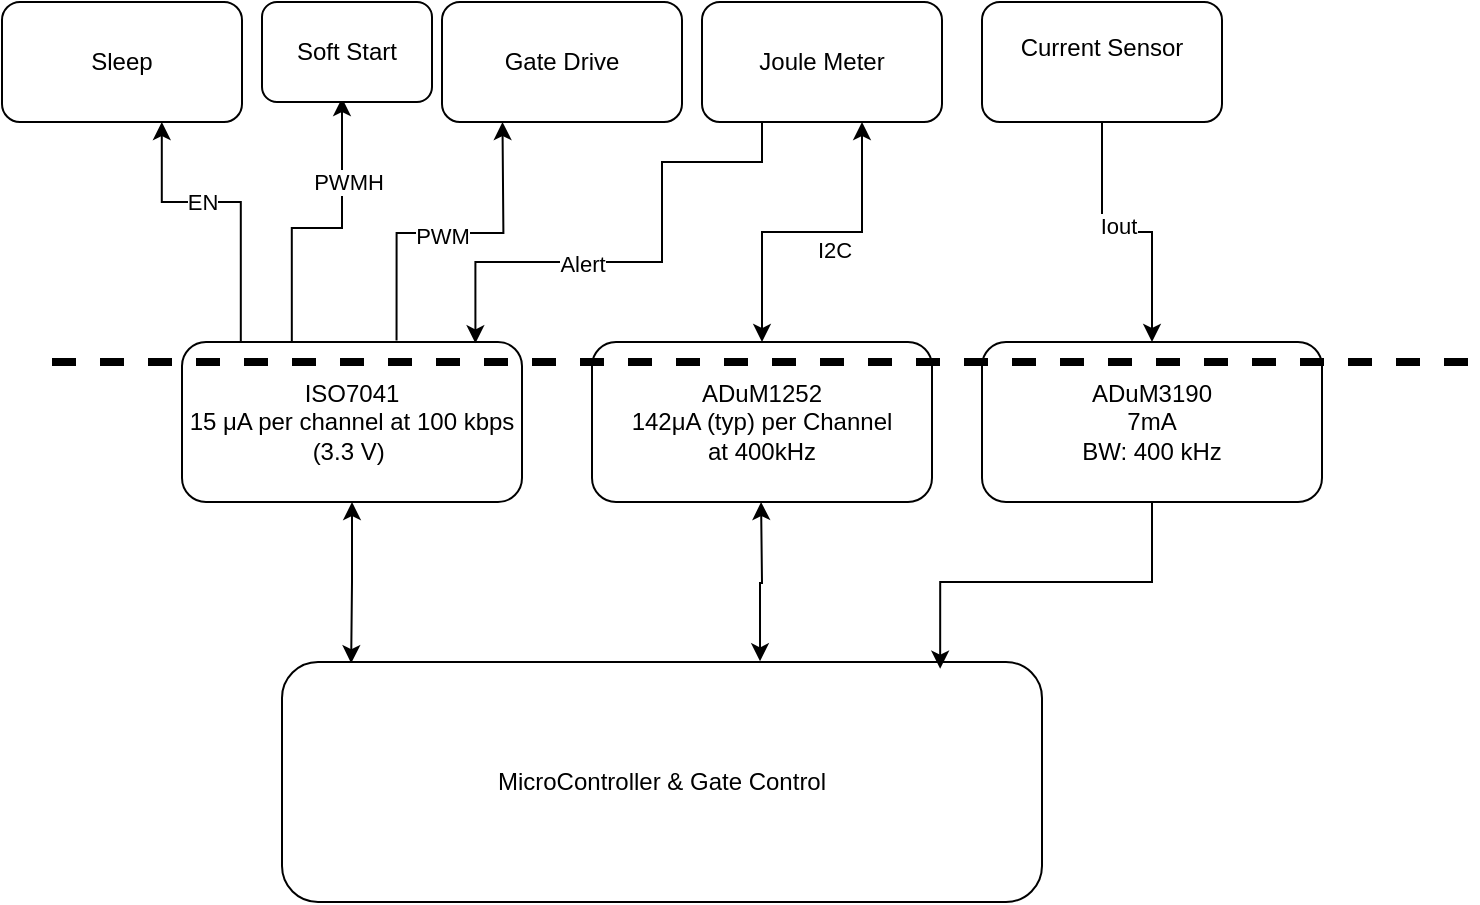
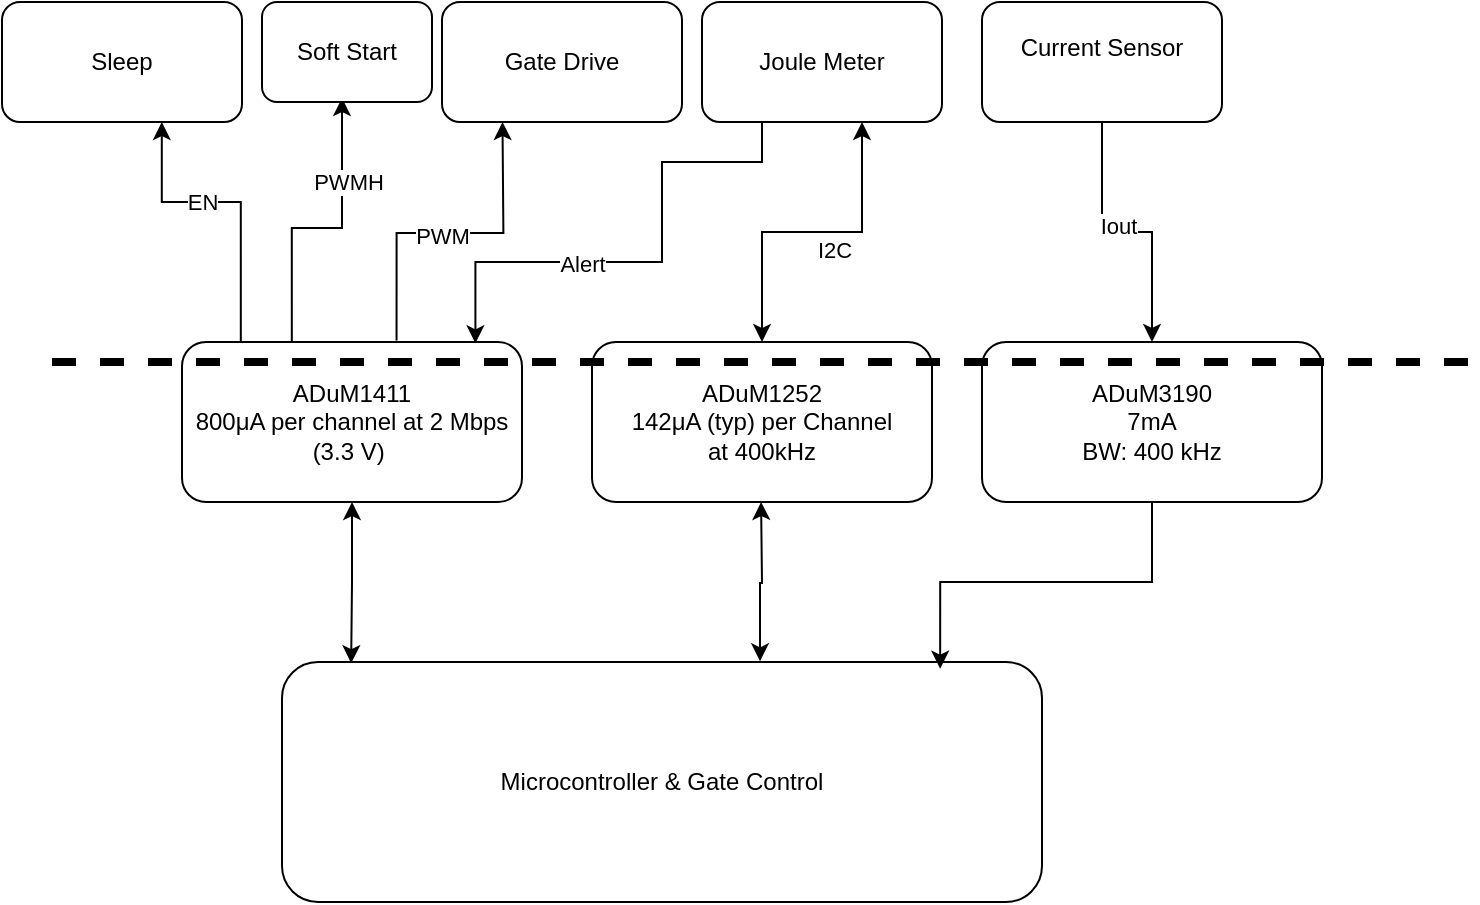
<mxfile host="Electron" agent="Mozilla/5.0 (Windows NT 10.0; Win64; x64) AppleWebKit/537.36 (KHTML, like Gecko) draw.io/29.0.3 Chrome/140.0.7339.249 Electron/38.7.0 Safari/537.36" version="29.0.3">
  <diagram name="Page-1" id="d5h94j7oxQUs26A81DKD">
-     <mxGraphModel dx="983" dy="609" grid="1" gridSize="10" guides="1" tooltips="1" connect="1" arrows="1" fold="1" page="1" pageScale="1" pageWidth="827" pageHeight="1169" math="0" shadow="0">
+     <mxGraphModel dx="1426" dy="883" grid="1" gridSize="10" guides="1" tooltips="1" connect="1" arrows="1" fold="1" page="1" pageScale="1" pageWidth="827" pageHeight="1169" math="0" shadow="0">
      <root>
        <mxCell id="0" />
        <mxCell id="1" parent="0" />
        <mxCell id="Bap70pfjqkTkLz9fhn7Z-5" style="edgeStyle=orthogonalEdgeStyle;rounded=0;orthogonalLoop=1;jettySize=auto;html=1;startArrow=classic;startFill=1;endArrow=none;endFill=0;entryX=0.323;entryY=0.025;entryDx=0;entryDy=0;entryPerimeter=0;" parent="1" edge="1">
          <mxGeometry relative="1" as="geometry">
            <mxPoint x="154.90999999999997" y="280" as="targetPoint" />
            <mxPoint x="180" y="158" as="sourcePoint" />
            <Array as="points">
              <mxPoint x="180" y="223" />
              <mxPoint x="155" y="223" />
            </Array>
          </mxGeometry>
        </mxCell>
        <mxCell id="Bap70pfjqkTkLz9fhn7Z-7" value="PWMH" style="edgeLabel;html=1;align=center;verticalAlign=middle;resizable=0;points=[];" parent="Bap70pfjqkTkLz9fhn7Z-5" vertex="1" connectable="0">
          <mxGeometry x="0.1031" y="1" relative="1" as="geometry">
            <mxPoint x="19" y="-24" as="offset" />
          </mxGeometry>
        </mxCell>
        <mxCell id="Bap70pfjqkTkLz9fhn7Z-1" value="Gate Drive" style="rounded=1;whiteSpace=wrap;html=1;" parent="1" vertex="1">
          <mxGeometry x="230" y="110" width="120" height="60" as="geometry" />
        </mxCell>
        <mxCell id="Bap70pfjqkTkLz9fhn7Z-2" value="Joule Meter" style="rounded=1;whiteSpace=wrap;html=1;" parent="1" vertex="1">
          <mxGeometry x="360" y="110" width="120" height="60" as="geometry" />
        </mxCell>
        <mxCell id="Bap70pfjqkTkLz9fhn7Z-14" style="edgeStyle=orthogonalEdgeStyle;rounded=0;orthogonalLoop=1;jettySize=auto;html=1;entryX=0.5;entryY=0;entryDx=0;entryDy=0;" parent="1" source="Bap70pfjqkTkLz9fhn7Z-3" target="Bap70pfjqkTkLz9fhn7Z-26" edge="1">
          <mxGeometry relative="1" as="geometry">
            <mxPoint x="560" y="240" as="targetPoint" />
          </mxGeometry>
        </mxCell>
        <mxCell id="Bap70pfjqkTkLz9fhn7Z-15" value="Iout" style="edgeLabel;html=1;align=center;verticalAlign=middle;resizable=0;points=[];" parent="Bap70pfjqkTkLz9fhn7Z-14" vertex="1" connectable="0">
          <mxGeometry x="-0.0256" y="3" relative="1" as="geometry">
            <mxPoint x="-3" as="offset" />
          </mxGeometry>
        </mxCell>
        <mxCell id="Bap70pfjqkTkLz9fhn7Z-3" value="Current Sensor&lt;div&gt;&lt;br&gt;&lt;/div&gt;" style="rounded=1;whiteSpace=wrap;html=1;" parent="1" vertex="1">
          <mxGeometry x="500" y="110" width="120" height="60" as="geometry" />
        </mxCell>
        <mxCell id="Bap70pfjqkTkLz9fhn7Z-6" style="edgeStyle=orthogonalEdgeStyle;rounded=0;orthogonalLoop=1;jettySize=auto;html=1;exitX=0.25;exitY=1;exitDx=0;exitDy=0;startArrow=classic;startFill=1;endArrow=none;endFill=0;entryX=0.631;entryY=-0.009;entryDx=0;entryDy=0;entryPerimeter=0;" parent="1" target="Bap70pfjqkTkLz9fhn7Z-16" edge="1">
          <mxGeometry relative="1" as="geometry">
            <mxPoint x="260" y="240" as="targetPoint" />
            <mxPoint x="260.2413793103449" y="170" as="sourcePoint" />
          </mxGeometry>
        </mxCell>
        <mxCell id="Bap70pfjqkTkLz9fhn7Z-8" value="PWM" style="edgeLabel;html=1;align=center;verticalAlign=middle;resizable=0;points=[];" parent="Bap70pfjqkTkLz9fhn7Z-6" vertex="1" connectable="0">
          <mxGeometry x="-0.1386" y="-1" relative="1" as="geometry">
            <mxPoint x="-16" y="2" as="offset" />
          </mxGeometry>
        </mxCell>
        <mxCell id="Bap70pfjqkTkLz9fhn7Z-9" style="edgeStyle=orthogonalEdgeStyle;rounded=0;orthogonalLoop=1;jettySize=auto;html=1;startArrow=classic;startFill=1;endArrow=classic;endFill=1;entryX=0.5;entryY=0;entryDx=0;entryDy=0;" parent="1" target="Bap70pfjqkTkLz9fhn7Z-19" edge="1">
          <mxGeometry relative="1" as="geometry">
            <mxPoint x="389.65999999999997" y="240" as="targetPoint" />
            <mxPoint x="440" y="170" as="sourcePoint" />
            <Array as="points">
              <mxPoint x="440" y="225" />
              <mxPoint x="390" y="225" />
            </Array>
          </mxGeometry>
        </mxCell>
        <mxCell id="Bap70pfjqkTkLz9fhn7Z-10" value="I2C" style="edgeLabel;html=1;align=center;verticalAlign=middle;resizable=0;points=[];" parent="Bap70pfjqkTkLz9fhn7Z-9" vertex="1" connectable="0">
          <mxGeometry x="-0.1386" y="-1" relative="1" as="geometry">
            <mxPoint y="10" as="offset" />
          </mxGeometry>
        </mxCell>
        <mxCell id="Bap70pfjqkTkLz9fhn7Z-11" value="Sleep" style="rounded=1;whiteSpace=wrap;html=1;" parent="1" vertex="1">
          <mxGeometry x="10" y="110" width="120" height="60" as="geometry" />
        </mxCell>
        <mxCell id="Bap70pfjqkTkLz9fhn7Z-12" style="edgeStyle=orthogonalEdgeStyle;rounded=0;orthogonalLoop=1;jettySize=auto;html=1;exitX=0.25;exitY=1;exitDx=0;exitDy=0;startArrow=classic;startFill=1;endArrow=none;endFill=0;entryX=0.173;entryY=0;entryDx=0;entryDy=0;entryPerimeter=0;" parent="1" target="Bap70pfjqkTkLz9fhn7Z-16" edge="1">
          <mxGeometry relative="1" as="geometry">
            <mxPoint x="89.66" y="240" as="targetPoint" />
            <mxPoint x="89.90137931034488" y="170" as="sourcePoint" />
            <Array as="points">
              <mxPoint x="90" y="210" />
              <mxPoint x="129" y="210" />
            </Array>
          </mxGeometry>
        </mxCell>
        <mxCell id="Bap70pfjqkTkLz9fhn7Z-13" value="&lt;span style=&quot;background-color: light-dark(#ffffff, var(--ge-dark-color, #121212)); color: light-dark(rgb(0, 0, 0), rgb(255, 255, 255));&quot;&gt;EN&lt;/span&gt;" style="edgeLabel;html=1;align=center;verticalAlign=middle;resizable=0;points=[];" parent="Bap70pfjqkTkLz9fhn7Z-12" vertex="1" connectable="0">
          <mxGeometry x="-0.1386" y="-1" relative="1" as="geometry">
            <mxPoint x="-5" y="-1" as="offset" />
          </mxGeometry>
        </mxCell>
        <mxCell id="Bap70pfjqkTkLz9fhn7Z-23" style="edgeStyle=orthogonalEdgeStyle;rounded=0;orthogonalLoop=1;jettySize=auto;html=1;exitX=0.5;exitY=1;exitDx=0;exitDy=0;startArrow=classic;startFill=1;entryX=0.091;entryY=0.005;entryDx=0;entryDy=0;entryPerimeter=0;" parent="1" source="Bap70pfjqkTkLz9fhn7Z-16" target="Bap70pfjqkTkLz9fhn7Z-24" edge="1">
          <mxGeometry relative="1" as="geometry">
            <mxPoint x="185" y="440" as="targetPoint" />
          </mxGeometry>
        </mxCell>
-         <mxCell id="Bap70pfjqkTkLz9fhn7Z-16" value="ISO7041&lt;div&gt;15 μA per channel at 100 kbps (3.3 V)&amp;nbsp;&lt;/div&gt;" style="rounded=1;whiteSpace=wrap;html=1;" parent="1" vertex="1">
+         <mxCell id="Bap70pfjqkTkLz9fhn7Z-16" value="ADuM1411&lt;br&gt;&lt;div&gt;800&lt;span style=&quot;background-color: transparent; color: light-dark(rgb(0, 0, 0), rgb(255, 255, 255));&quot;&gt;μ&lt;/span&gt;&lt;span style=&quot;background-color: transparent; color: light-dark(rgb(0, 0, 0), rgb(255, 255, 255));&quot;&gt;A per channel at 2 Mbps (3.3 V)&amp;nbsp;&lt;/span&gt;&lt;/div&gt;" style="rounded=1;whiteSpace=wrap;html=1;" parent="1" vertex="1">
          <mxGeometry x="100" y="280" width="170" height="80" as="geometry" />
        </mxCell>
        <mxCell id="Bap70pfjqkTkLz9fhn7Z-17" style="edgeStyle=orthogonalEdgeStyle;rounded=0;orthogonalLoop=1;jettySize=auto;html=1;exitX=0.25;exitY=1;exitDx=0;exitDy=0;entryX=0.863;entryY=0.008;entryDx=0;entryDy=0;entryPerimeter=0;" parent="1" source="Bap70pfjqkTkLz9fhn7Z-2" target="Bap70pfjqkTkLz9fhn7Z-16" edge="1">
          <mxGeometry relative="1" as="geometry">
            <Array as="points">
              <mxPoint x="390" y="190" />
              <mxPoint x="340" y="190" />
              <mxPoint x="340" y="240" />
              <mxPoint x="247" y="240" />
            </Array>
          </mxGeometry>
        </mxCell>
        <mxCell id="Bap70pfjqkTkLz9fhn7Z-18" value="Alert" style="edgeLabel;html=1;align=center;verticalAlign=middle;resizable=0;points=[];" parent="Bap70pfjqkTkLz9fhn7Z-17" vertex="1" connectable="0">
          <mxGeometry x="-0.0888" y="3" relative="1" as="geometry">
            <mxPoint x="-43" y="5" as="offset" />
          </mxGeometry>
        </mxCell>
        <mxCell id="Bap70pfjqkTkLz9fhn7Z-19" value="&lt;span style=&quot;color: rgba(0, 0, 0, 0); font-family: monospace; font-size: 0px; text-align: start; text-wrap-mode: nowrap;&quot;&gt;ADuM1252ss&lt;/span&gt;" style="rounded=1;whiteSpace=wrap;html=1;" parent="1" vertex="1">
          <mxGeometry x="305" y="280" width="170" height="80" as="geometry" />
        </mxCell>
        <mxCell id="Bap70pfjqkTkLz9fhn7Z-22" value="ADuM1252&lt;br&gt;142μA (typ) per Channel at 400kHz" style="text;html=1;whiteSpace=wrap;strokeColor=none;fillColor=none;align=center;verticalAlign=middle;rounded=0;" parent="1" vertex="1">
          <mxGeometry x="320" y="295" width="140" height="50" as="geometry" />
        </mxCell>
-         <mxCell id="Bap70pfjqkTkLz9fhn7Z-24" value="MicroController &amp;amp; Gate Control" style="rounded=1;whiteSpace=wrap;html=1;" parent="1" vertex="1">
+         <mxCell id="Bap70pfjqkTkLz9fhn7Z-24" value="Microcontroller &amp;amp; Gate Control" style="rounded=1;whiteSpace=wrap;html=1;" parent="1" vertex="1">
          <mxGeometry x="150" y="440" width="380" height="120" as="geometry" />
        </mxCell>
        <mxCell id="Bap70pfjqkTkLz9fhn7Z-25" style="edgeStyle=orthogonalEdgeStyle;rounded=0;orthogonalLoop=1;jettySize=auto;html=1;exitX=0.5;exitY=1;exitDx=0;exitDy=0;entryX=0.629;entryY=-0.003;entryDx=0;entryDy=0;entryPerimeter=0;startArrow=classic;startFill=1;" parent="1" target="Bap70pfjqkTkLz9fhn7Z-24" edge="1">
          <mxGeometry relative="1" as="geometry">
            <mxPoint x="389.54" y="360" as="sourcePoint" />
            <mxPoint x="390.46" y="440.6" as="targetPoint" />
          </mxGeometry>
        </mxCell>
        <mxCell id="Bap70pfjqkTkLz9fhn7Z-26" value="&lt;span style=&quot;color: rgba(0, 0, 0, 0); font-family: monospace; font-size: 0px; text-align: start; text-wrap-mode: nowrap;&quot;&gt;ADuM1252ss&lt;/span&gt;" style="rounded=1;whiteSpace=wrap;html=1;" parent="1" vertex="1">
          <mxGeometry x="500" y="280" width="170" height="80" as="geometry" />
        </mxCell>
        <mxCell id="Bap70pfjqkTkLz9fhn7Z-27" value="ADuM3190&lt;br&gt;7mA&lt;div&gt;BW: 400 kHz&lt;/div&gt;" style="text;html=1;whiteSpace=wrap;strokeColor=none;fillColor=none;align=center;verticalAlign=middle;rounded=0;" parent="1" vertex="1">
          <mxGeometry x="515" y="295" width="140" height="50" as="geometry" />
        </mxCell>
        <mxCell id="Bap70pfjqkTkLz9fhn7Z-30" style="edgeStyle=orthogonalEdgeStyle;rounded=0;orthogonalLoop=1;jettySize=auto;html=1;exitX=0.5;exitY=1;exitDx=0;exitDy=0;entryX=0.866;entryY=0.028;entryDx=0;entryDy=0;entryPerimeter=0;" parent="1" source="Bap70pfjqkTkLz9fhn7Z-26" target="Bap70pfjqkTkLz9fhn7Z-24" edge="1">
          <mxGeometry relative="1" as="geometry" />
        </mxCell>
        <mxCell id="Bap70pfjqkTkLz9fhn7Z-31" value="" style="endArrow=none;dashed=1;html=1;rounded=0;strokeWidth=4;" parent="1" edge="1">
          <mxGeometry width="50" height="50" relative="1" as="geometry">
            <mxPoint x="35" y="290" as="sourcePoint" />
            <mxPoint x="745" y="290" as="targetPoint" />
          </mxGeometry>
        </mxCell>
-         <mxCell id="twjZ6GX2Ig3jUD68tSdU-2" value="Soft Start" style="rounded=1;whiteSpace=wrap;html=1;" vertex="1" parent="1">
+         <mxCell id="twjZ6GX2Ig3jUD68tSdU-2" value="Soft Start" style="rounded=1;whiteSpace=wrap;html=1;" parent="1" vertex="1">
          <mxGeometry x="140" y="110" width="85" height="50" as="geometry" />
        </mxCell>
      </root>
    </mxGraphModel>
  </diagram>
</mxfile>
